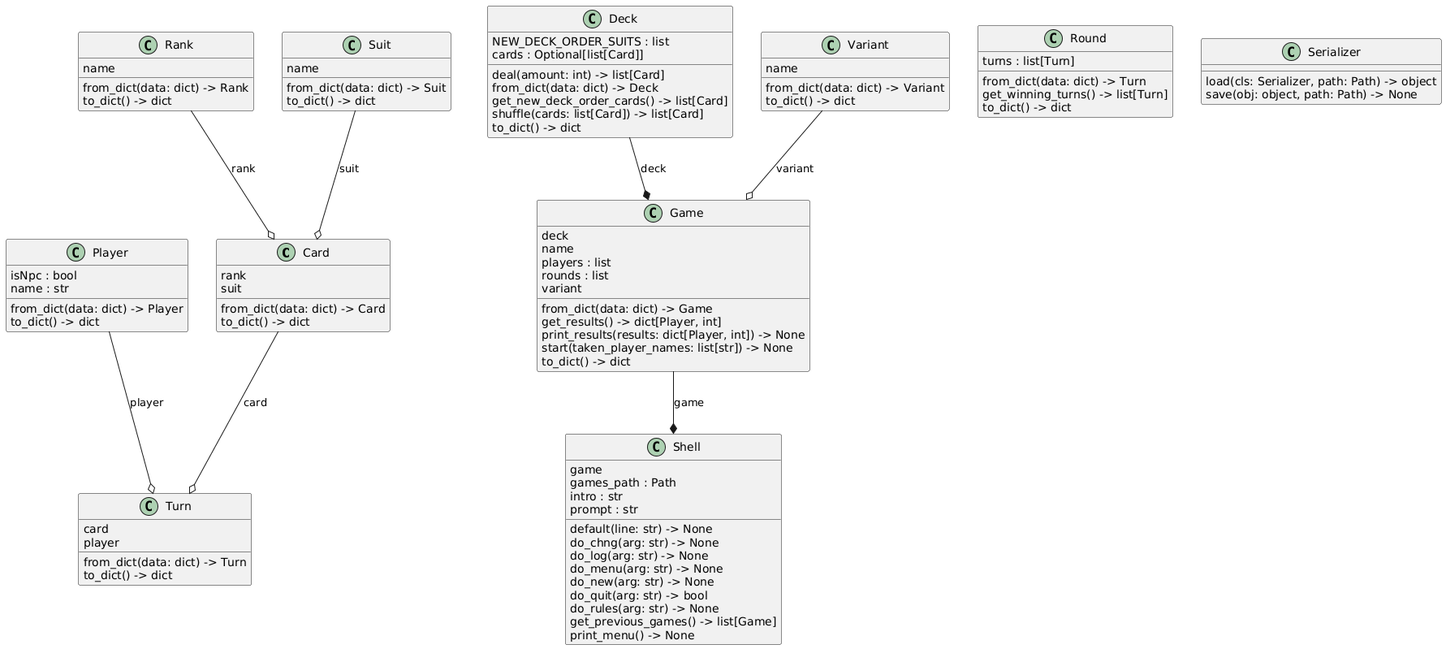
This is docs/uml/png/classes_war.png from b3h3m0th/war, a PlantUML export, as it was before one commit.
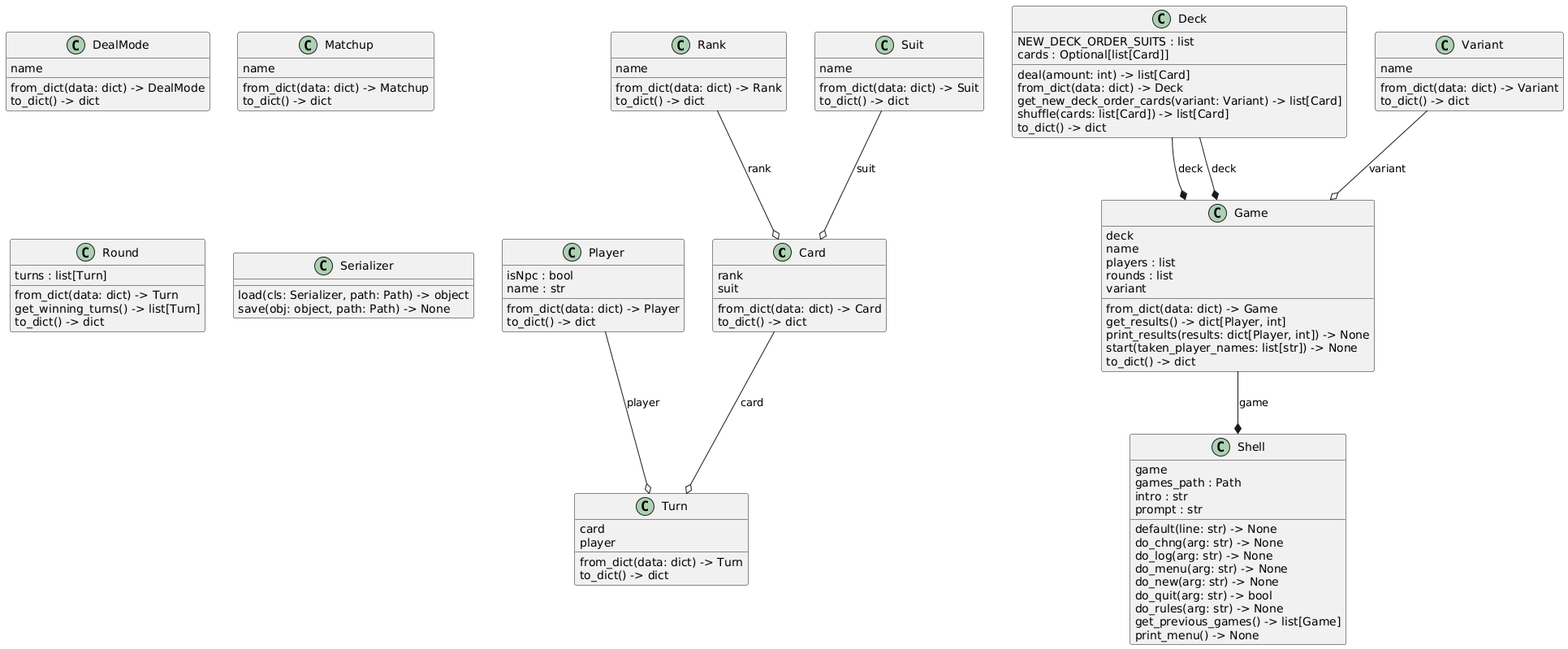
After the commit.

Diff of the diagram source:
```diff
@@ -6,12 +6,17 @@
   from_dict(data: dict) -> Card
   to_dict() -> dict
 }
+class "DealMode" as enums.dealmode.DealMode {
+  name
+  from_dict(data: dict) -> DealMode
+  to_dict() -> dict
+}
 class "Deck" as models.deck.Deck {
   NEW_DECK_ORDER_SUITS : list
   cards : Optional[list[Card]]
   deal(amount: int) -> list[Card]
   from_dict(data: dict) -> Deck
-  get_new_deck_order_cards() -> list[Card]
+  get_new_deck_order_cards(variant: Variant) -> list[Card]
   shuffle(cards: list[Card]) -> list[Card]
   to_dict() -> dict
 }
@@ -25,6 +30,11 @@
   get_results() -> dict[Player, int]
   print_results(results: dict[Player, int]) -> None
   start(taken_player_names: list[str]) -> None
+  to_dict() -> dict
+}
+class "Matchup" as enums.matchup.Matchup {
+  name
+  from_dict(data: dict) -> Matchup
   to_dict() -> dict
 }
 class "Player" as models.player.Player {
@@ -80,6 +90,7 @@
   to_dict() -> dict
 }
 models.deck.Deck --* models.game.Game : deck
+models.deck.Deck --* models.game.Game : deck
 models.game.Game --* models.shell.Shell : game
 enums.rank.Rank --o models.card.Card : rank
 enums.suit.Suit --o models.card.Card : suit
```
